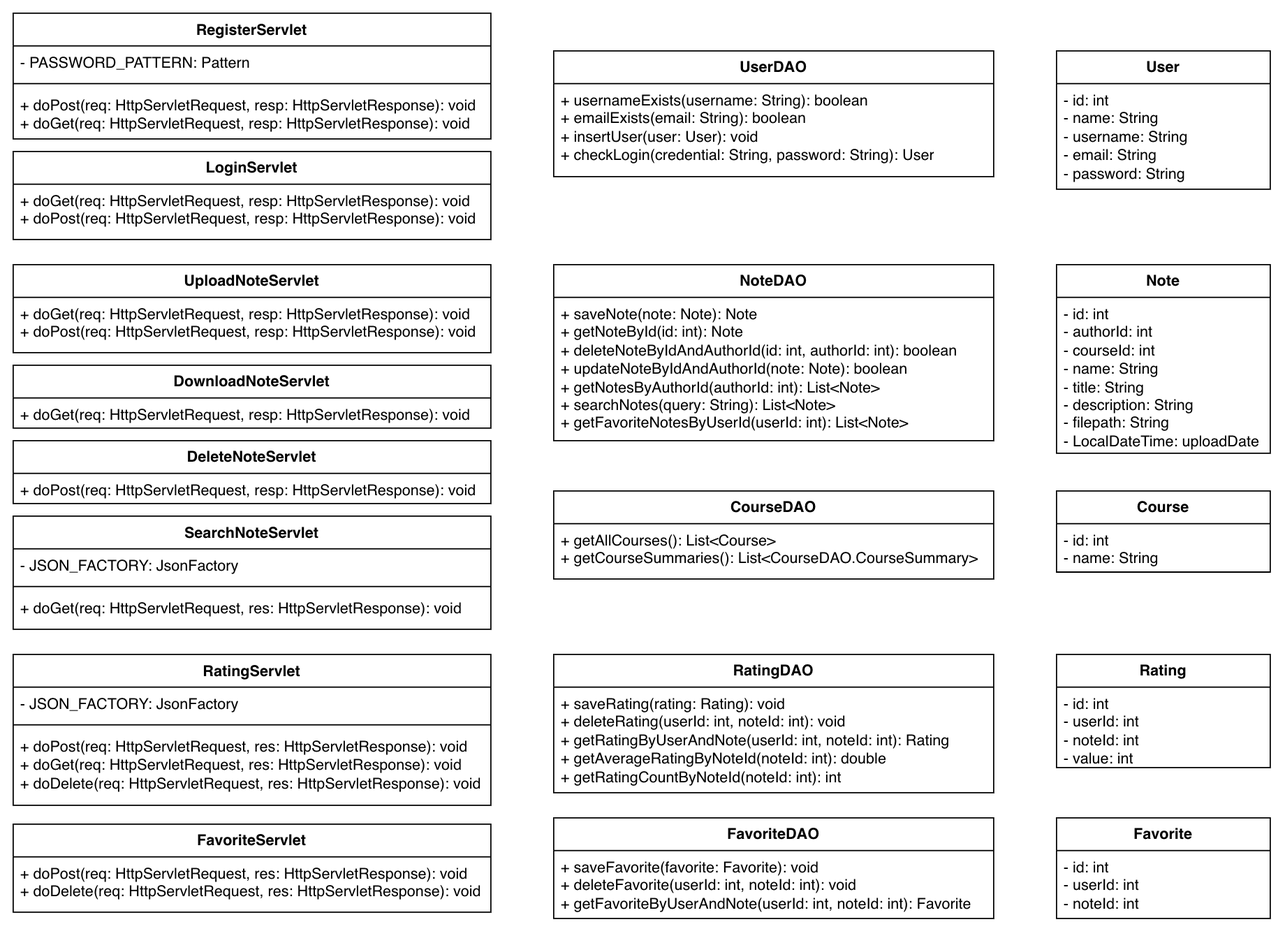
Before: hw1/diagrams/classDiagram.drawio.png, a diagram exported from draw.io (Dusba01/github-wa2526klzwap). Source tidied: cells renumbered, new cells last; positions are measured from the earlier drawing's top-left corner, leaving out a move shared by most shapes.
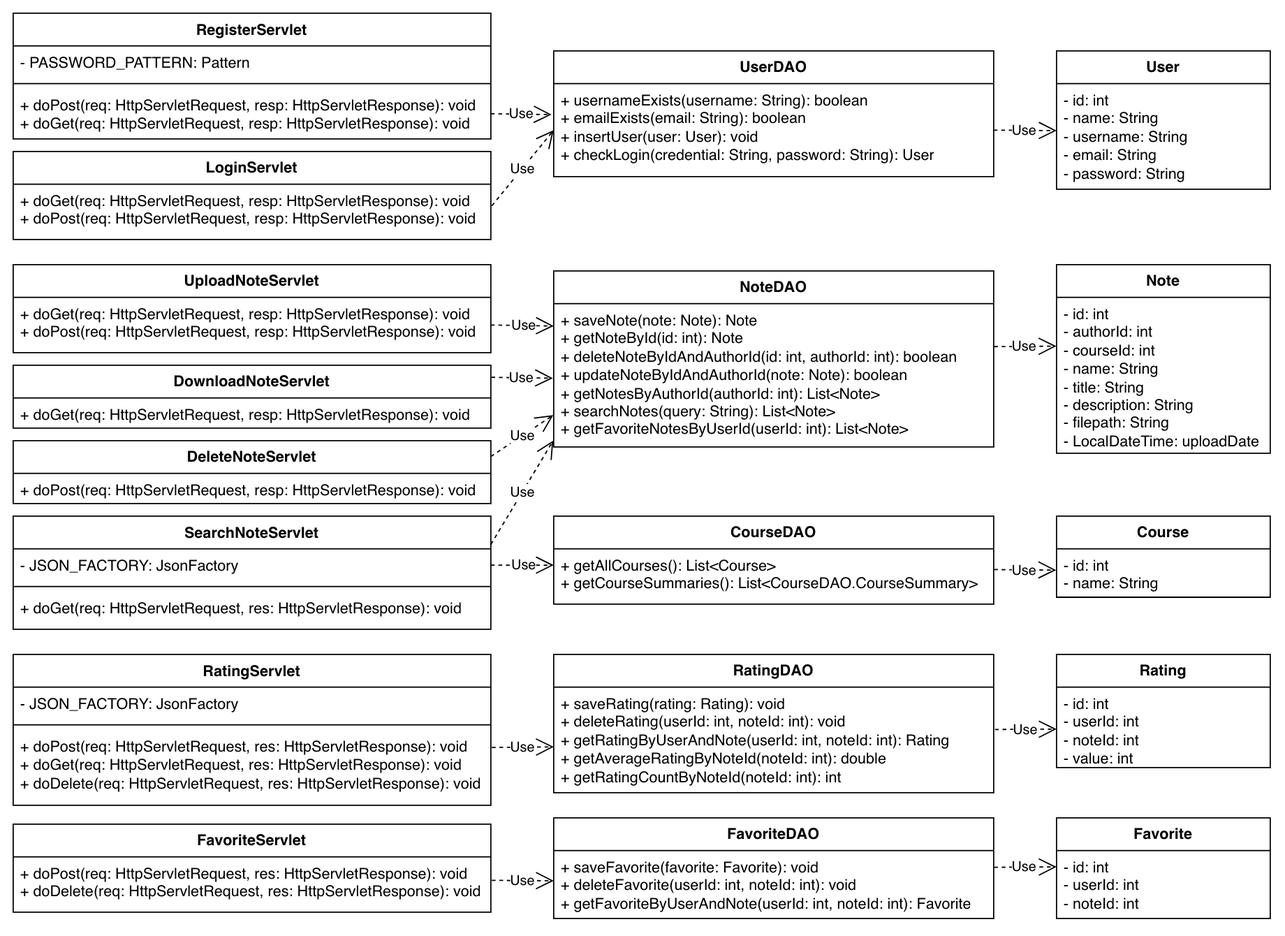
The same diagram one commit later.

Commit message:
Class Diagram Definitive

The edit, as a diff of the source:
```diff
@@ -9,7 +9,7 @@
       <mxGeometry y="26" width="350" height="74" as="geometry" />
     </mxCell>
     <mxCell id="4" value="&lt;b&gt;NoteDAO&lt;/b&gt;" style="swimlane;fontStyle=0;horizontal=1;startSize=26;fillColor=none;whiteSpace=wrap;html=1;" parent="1" vertex="1">
-      <mxGeometry x="430" y="200" width="350" height="140" as="geometry" />
+      <mxGeometry x="430" y="205" width="350" height="140" as="geometry" />
     </mxCell>
     <mxCell id="5" value="&lt;div&gt;+ saveNote(note: Note): Note&lt;/div&gt;&lt;div&gt;+ getNoteById(id: int): Note&lt;/div&gt;&lt;div&gt;+ deleteNoteByIdAndAuthorId(id: int, authorId: int): boolean&lt;/div&gt;&lt;div&gt;+ updateNoteByIdAndAuthorId(note: Note): boolean&lt;/div&gt;&lt;div&gt;+ getNotesByAuthorId(authorId: int): List&amp;lt;Note&amp;gt;&lt;/div&gt;&lt;div&gt;+ searchNotes(query: String): List&amp;lt;Note&amp;gt;&lt;/div&gt;&lt;div&gt;+ getFavoriteNotesByUserId(userId: int): List&amp;lt;Note&amp;gt;&lt;/div&gt;&lt;div&gt;&lt;br&gt;&lt;/div&gt;" style="text;strokeColor=none;fillColor=none;align=left;verticalAlign=top;spacingLeft=4;spacingRight=4;overflow=hidden;points=[[0,0.5],[1,0.5]];portConstraint=eastwest;whiteSpace=wrap;html=1;" parent="4" vertex="1">
       <mxGeometry y="26" width="350" height="114" as="geometry" />
@@ -27,7 +27,7 @@
       <mxGeometry y="26" width="350" height="54" as="geometry" />
     </mxCell>
     <mxCell id="10" value="&lt;b&gt;CourseDAO&lt;/b&gt;" style="swimlane;fontStyle=0;horizontal=1;startSize=26;fillColor=none;whiteSpace=wrap;html=1;" parent="1" vertex="1">
-      <mxGeometry x="430" y="380" width="350" height="70" as="geometry" />
+      <mxGeometry x="430" y="400" width="350" height="70" as="geometry" />
     </mxCell>
     <mxCell id="11" value="+ getAllCourses(): List&amp;lt;Course&amp;gt;&lt;br&gt;+ getCourseSummaries(): List&amp;lt;CourseDAO.CourseSummary&amp;gt;&lt;div&gt;&lt;br/&gt;&lt;/div&gt;" style="text;strokeColor=none;fillColor=none;align=left;verticalAlign=top;spacingLeft=4;spacingRight=4;overflow=hidden;points=[[0,0.5],[1,0.5]];portConstraint=eastwest;whiteSpace=wrap;html=1;" parent="10" vertex="1">
       <mxGeometry y="26" width="350" height="44" as="geometry" />
@@ -111,7 +111,7 @@
       <mxGeometry y="26" width="170" height="54" as="geometry" />
     </mxCell>
     <mxCell id="38" value="&lt;b&gt;Course&lt;/b&gt;" style="swimlane;fontStyle=0;horizontal=1;startSize=26;fillColor=none;whiteSpace=wrap;html=1;" parent="1" vertex="1">
-      <mxGeometry x="830" y="380" width="170" height="64.5" as="geometry" />
+      <mxGeometry x="830" y="400" width="170" height="64.5" as="geometry" />
     </mxCell>
     <mxCell id="39" value="&lt;div&gt;- id: int&lt;div&gt;- name: String&lt;/div&gt;&lt;div&gt;&lt;br&gt;&lt;/div&gt;&lt;/div&gt;" style="text;strokeColor=none;fillColor=none;align=left;verticalAlign=top;spacingLeft=4;spacingRight=4;overflow=hidden;points=[[0,0.5],[1,0.5]];portConstraint=eastwest;whiteSpace=wrap;html=1;" parent="38" vertex="1">
       <mxGeometry y="26" width="170" height="38.5" as="geometry" />
@@ -128,5 +128,53 @@
     <mxCell id="43" value="- id: int&lt;div&gt;- authorId: int&lt;/div&gt;&lt;div&gt;- courseId: int&lt;br&gt;&lt;div&gt;- name: String&lt;/div&gt;&lt;div&gt;- title: String&lt;/div&gt;&lt;div&gt;- description: String&lt;/div&gt;&lt;div&gt;- filepath: String&lt;/div&gt;&lt;/div&gt;&lt;div&gt;- LocalDateTime: uploadDate&lt;/div&gt;" style="text;strokeColor=none;fillColor=none;align=left;verticalAlign=top;spacingLeft=4;spacingRight=4;overflow=hidden;points=[[0,0.5],[1,0.5]];portConstraint=eastwest;whiteSpace=wrap;html=1;" parent="42" vertex="1">
       <mxGeometry y="26" width="170" height="124" as="geometry" />
     </mxCell>
+    <mxCell id="44" value="Use" style="endArrow=open;endSize=12;dashed=1;html=1;rounded=0;exitX=1;exitY=0.5;exitDx=0;exitDy=0;entryX=-0.005;entryY=0.333;entryDx=0;entryDy=0;entryPerimeter=0;" parent="1" edge="1" source="17" target="3">
+      <mxGeometry relative="1" as="geometry" />
+    </mxCell>
+    <mxCell id="45" value="Use" style="endArrow=open;endSize=12;dashed=1;html=1;rounded=0;exitX=1.002;exitY=0.391;exitDx=0;exitDy=0;entryX=0;entryY=0.5;entryDx=0;entryDy=0;exitPerimeter=0;" parent="1" edge="1" source="13" target="3">
+      <mxGeometry relative="1" as="geometry" />
+    </mxCell>
+    <mxCell id="46" value="Use" style="endArrow=open;endSize=12;dashed=1;html=1;rounded=0;exitX=1;exitY=0.5;exitDx=0;exitDy=0;entryX=0;entryY=0.156;entryDx=0;entryDy=0;entryPerimeter=0;" parent="1" edge="1" source="19" target="5">
+      <mxGeometry relative="1" as="geometry" />
+    </mxCell>
+    <mxCell id="47" value="Use" style="endArrow=open;endSize=12;dashed=1;html=1;rounded=0;exitX=1.001;exitY=0.192;exitDx=0;exitDy=0;entryX=-0.002;entryY=0.52;entryDx=0;entryDy=0;entryPerimeter=0;exitPerimeter=0;" parent="1" edge="1" source="20" target="5">
+      <mxGeometry relative="1" as="geometry" />
+    </mxCell>
+    <mxCell id="48" value="Use" style="endArrow=open;endSize=12;dashed=1;html=1;rounded=0;exitX=1;exitY=0.25;exitDx=0;exitDy=0;entryX=-0.001;entryY=0.778;entryDx=0;entryDy=0;entryPerimeter=0;" parent="1" edge="1" source="22" target="5">
+      <mxGeometry relative="1" as="geometry" />
+    </mxCell>
+    <mxCell id="49" value="Use" style="endArrow=open;endSize=12;dashed=1;html=1;rounded=0;exitX=1;exitY=0.25;exitDx=0;exitDy=0;entryX=-0.001;entryY=0.955;entryDx=0;entryDy=0;entryPerimeter=0;" parent="1" edge="1" source="24" target="5">
+      <mxGeometry relative="1" as="geometry" />
+    </mxCell>
+    <mxCell id="50" value="Use" style="endArrow=open;endSize=12;dashed=1;html=1;rounded=0;exitX=1;exitY=0.5;exitDx=0;exitDy=0;" parent="1" edge="1" source="25">
+      <mxGeometry relative="1" as="geometry">
+        <mxPoint x="430" y="439" as="targetPoint" />
+      </mxGeometry>
+    </mxCell>
+    <mxCell id="51" value="Use" style="endArrow=open;endSize=12;dashed=1;html=1;rounded=0;exitX=1.002;exitY=0.233;exitDx=0;exitDy=0;entryX=0;entryY=0.566;entryDx=0;entryDy=0;entryPerimeter=0;exitPerimeter=0;" parent="1" edge="1" source="31" target="7">
+      <mxGeometry relative="1" as="geometry" />
+    </mxCell>
+    <mxCell id="52" value="Use" style="endArrow=open;endSize=12;dashed=1;html=1;rounded=0;exitX=1.002;exitY=0.425;exitDx=0;exitDy=0;exitPerimeter=0;" parent="1" edge="1" source="33">
+      <mxGeometry relative="1" as="geometry">
+        <mxPoint x="430" y="690" as="targetPoint" />
+      </mxGeometry>
+    </mxCell>
+    <mxCell id="53" value="Use" style="endArrow=open;endSize=12;dashed=1;html=1;rounded=0;exitX=1;exitY=0.5;exitDx=0;exitDy=0;entryX=0;entryY=0.445;entryDx=0;entryDy=0;entryPerimeter=0;" parent="1" edge="1" source="3" target="41">
+      <mxGeometry relative="1" as="geometry" />
+    </mxCell>
+    <mxCell id="54" value="Use" style="endArrow=open;endSize=12;dashed=1;html=1;rounded=0;exitX=1.001;exitY=0.3;exitDx=0;exitDy=0;exitPerimeter=0;entryX=-0.001;entryY=0.313;entryDx=0;entryDy=0;entryPerimeter=0;" parent="1" edge="1" source="5" target="43">
+      <mxGeometry relative="1" as="geometry" />
+    </mxCell>
+    <mxCell id="55" value="Use" style="endArrow=open;endSize=12;dashed=1;html=1;rounded=0;exitX=1.001;exitY=0.375;exitDx=0;exitDy=0;entryX=-0.002;entryY=0.44;entryDx=0;entryDy=0;entryPerimeter=0;exitPerimeter=0;" parent="1" edge="1" source="11" target="39">
+      <mxGeometry relative="1" as="geometry" />
+    </mxCell>
+    <mxCell id="56" value="Use" style="endArrow=open;endSize=12;dashed=1;html=1;rounded=0;exitX=1.003;exitY=0.401;exitDx=0;exitDy=0;entryX=0;entryY=0.522;entryDx=0;entryDy=0;exitPerimeter=0;entryPerimeter=0;" parent="1" edge="1" source="7" target="35">
+      <mxGeometry relative="1" as="geometry" />
+    </mxCell>
+    <mxCell id="57" value="Use" style="endArrow=open;endSize=12;dashed=1;html=1;rounded=0;exitX=1.001;exitY=0.246;exitDx=0;exitDy=0;exitPerimeter=0;" parent="1" edge="1" source="9">
+      <mxGeometry relative="1" as="geometry">
+        <mxPoint x="830" y="679" as="targetPoint" />
+      </mxGeometry>
+    </mxCell>
   </root>
 </mxGraphModel>
```
